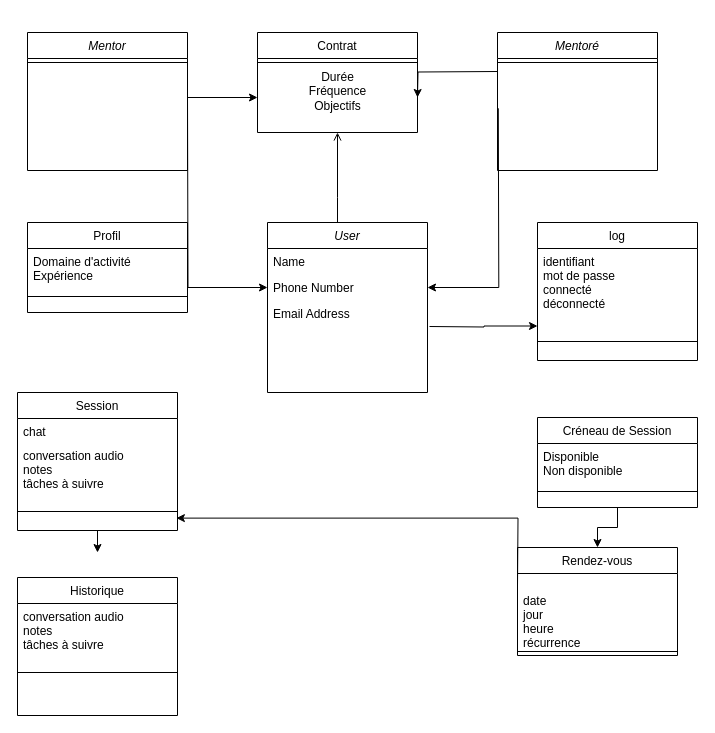
This is DIAGRAMS/Class Diagram Project 2.drawio from fabnight/Oc_projet2, a draw.io file, before an edit. Source tidied: cells renumbered, new cells numbered last; positions are measured from the earlier drawing's top-left corner, leaving out a move shared by most shapes. Both pictures are drawn from the tidied source at 100%, with x=0, y=0 at pixel (17, 32).
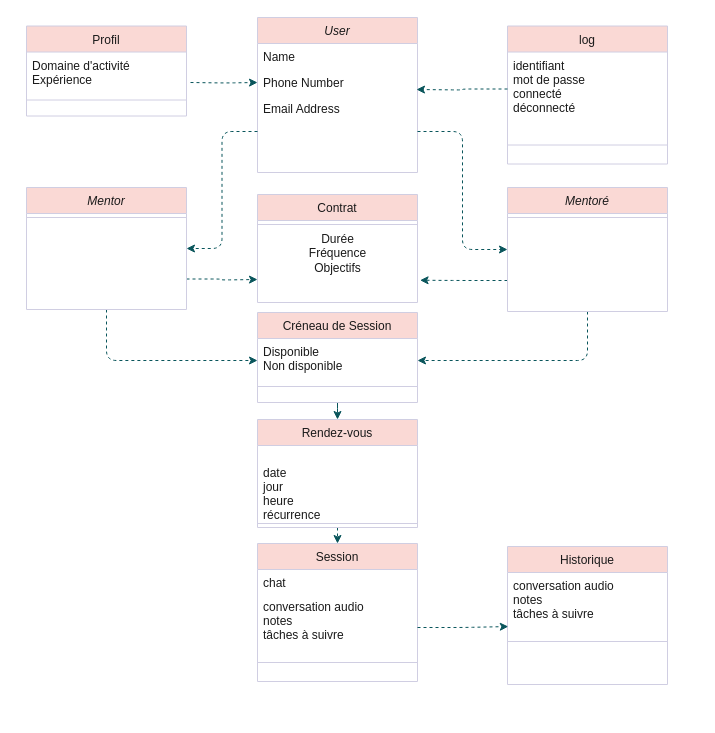
The same diagram, later.

The edit, as a diff of the source:
```diff
@@
-    <mxCell id="2" value="User" style="swimlane;fontStyle=2;align=center;verticalAlign=top;horizontal=1;startSize=26;rounded=0;shadow=0;strokeWidth=1;" parent="1" vertex="1">
-      <mxGeometry x="250" y="190" width="160" height="170" as="geometry" />
+    <mxCell id="2" value="User" style="swimlane;fontStyle=2;align=center;verticalAlign=top;horizontal=1;startSize=26;rounded=0;shadow=0;strokeWidth=1;fillColor=#FAD9D5;strokeColor=#D0CEE2;fontColor=#1A1A1A;" parent="1" vertex="1">
+      <mxGeometry x="240" y="-15" width="160" height="155" as="geometry" />
     </mxCell>
-    <mxCell id="3" value="Name" style="text;align=left;verticalAlign=top;spacingLeft=4;spacingRight=4;overflow=hidden;" parent="2" vertex="1">
+    <mxCell id="3" value="Name" style="text;align=left;verticalAlign=top;spacingLeft=4;spacingRight=4;overflow=hidden;fontColor=#1A1A1A;" parent="2" vertex="1">
       <mxGeometry y="26" width="160" height="26" as="geometry" />
     </mxCell>
-    <mxCell id="4" value="Phone Number" style="text;align=left;verticalAlign=top;spacingLeft=4;spacingRight=4;overflow=hidden;points=[[0,0.5],[1,0.5]];portConstraint=eastwest;rounded=0;shadow=0;html=0;" parent="2" vertex="1">
+    <mxCell id="4" value="Phone Number" style="text;align=left;verticalAlign=top;spacingLeft=4;spacingRight=4;overflow=hidden;points=[[0,0.5],[1,0.5]];portConstraint=eastwest;rounded=0;shadow=0;html=0;fontColor=#1A1A1A;" parent="2" vertex="1">
       <mxGeometry y="52" width="160" height="26" as="geometry" />
     </mxCell>
-    <mxCell id="5" value="Email Address&#10;" style="text;align=left;verticalAlign=top;spacingLeft=4;spacingRight=4;overflow=hidden;points=[[0,0.5],[1,0.5]];portConstraint=eastwest;rounded=0;shadow=0;html=0;" parent="2" vertex="1">
+    <mxCell id="5" value="Email Address&#10;" style="text;align=left;verticalAlign=top;spacingLeft=4;spacingRight=4;overflow=hidden;points=[[0,0.5],[1,0.5]];portConstraint=eastwest;rounded=0;shadow=0;html=0;fontColor=#1A1A1A;" parent="2" vertex="1">
       <mxGeometry y="78" width="160" height="72" as="geometry" />
     </mxCell>
-    <mxCell id="6" style="edgeStyle=orthogonalEdgeStyle;rounded=0;jettySize=auto;html=1;exitX=0.5;exitY=1;exitDx=0;exitDy=0;entryX=0.5;entryY=0;entryDx=0;entryDy=0;" parent="1" edge="1" source="7">
-      <mxGeometry relative="1" as="geometry">
-        <mxPoint x="80" y="520" as="targetPoint" />
-      </mxGeometry>
-    </mxCell>
-    <mxCell id="7" value="Session" style="swimlane;fontStyle=0;align=center;verticalAlign=top;horizontal=1;startSize=26;rounded=0;shadow=0;strokeWidth=1;" parent="1" vertex="1">
-      <mxGeometry y="360" width="160" height="138" as="geometry" />
+    <mxCell id="7" value="Session" style="swimlane;fontStyle=0;align=center;verticalAlign=top;horizontal=1;startSize=26;rounded=0;shadow=0;strokeWidth=1;fillColor=#FAD9D5;strokeColor=#D0CEE2;fontColor=#1A1A1A;" parent="1" vertex="1">
+      <mxGeometry x="240" y="511" width="160" height="138" as="geometry" />
     </mxCell>
-    <mxCell id="8" value="chat" style="text;align=left;verticalAlign=top;spacingLeft=4;spacingRight=4;overflow=hidden;" parent="7" vertex="1">
+    <mxCell id="8" value="chat" style="text;align=left;verticalAlign=top;spacingLeft=4;spacingRight=4;overflow=hidden;fontColor=#1A1A1A;" parent="7" vertex="1">
       <mxGeometry y="26" width="160" height="24" as="geometry" />
     </mxCell>
-    <mxCell id="9" value="conversation audio&#10;notes&#10;tâches à suivre" style="text;align=left;verticalAlign=top;spacingLeft=4;spacingRight=4;overflow=hidden;points=[[0,0.5],[1,0.5]];portConstraint=eastwest;rounded=0;shadow=0;html=0;" parent="7" vertex="1">
+    <mxCell id="9" value="conversation audio&#10;notes&#10;tâches à suivre" style="text;align=left;verticalAlign=top;spacingLeft=4;spacingRight=4;overflow=hidden;points=[[0,0.5],[1,0.5]];portConstraint=eastwest;rounded=0;shadow=0;html=0;fontColor=#1A1A1A;" parent="7" vertex="1">
       <mxGeometry y="50" width="160" height="68" as="geometry" />
     </mxCell>
-    <mxCell id="10" style="line;html=1;strokeWidth=1;align=left;verticalAlign=middle;spacingTop=-1;spacingLeft=3;spacingRight=3;labelPosition=right;" parent="7" vertex="1">
+    <mxCell id="10" style="line;html=1;strokeWidth=1;align=left;verticalAlign=middle;spacingTop=-1;spacingLeft=3;spacingRight=3;labelPosition=right;fillColor=#FAD9D5;strokeColor=#D0CEE2;fontColor=#1A1A1A;" parent="7" vertex="1">
       <mxGeometry y="118" width="160" height="2" as="geometry" />
     </mxCell>
+    <mxCell id="41" style="edgeStyle=orthogonalEdgeStyle;curved=0;rounded=1;sketch=0;orthogonalLoop=1;jettySize=auto;html=1;exitX=1;exitY=0.5;exitDx=0;exitDy=0;dashed=1;strokeColor=#09555B;fontColor=#1A1A1A;entryX=1;entryY=0.5;entryDx=0;entryDy=0;" parent="7" edge="1" source="9" target="9">
+      <mxGeometry relative="1" as="geometry" />
+    </mxCell>
-    <mxCell id="11" value="Profil" style="swimlane;fontStyle=0;align=center;verticalAlign=top;horizontal=1;startSize=26;rounded=0;shadow=0;strokeWidth=1;" parent="1" vertex="1">
-      <mxGeometry x="10" y="190" width="160" height="90" as="geometry" />
+    <mxCell id="11" value="Profil" style="swimlane;fontStyle=0;align=center;verticalAlign=top;horizontal=1;startSize=26;rounded=0;shadow=0;strokeWidth=1;fillColor=#FAD9D5;strokeColor=#D0CEE2;fontColor=#1A1A1A;" parent="1" vertex="1">
+      <mxGeometry x="9" y="-6.5" width="160" height="90" as="geometry" />
     </mxCell>
-    <mxCell id="12" value="Domaine d'activité&#10;Expérience" style="text;align=left;verticalAlign=top;spacingLeft=4;spacingRight=4;overflow=hidden;" parent="11" vertex="1">
+    <mxCell id="12" value="Domaine d'activité&#10;Expérience" style="text;align=left;verticalAlign=top;spacingLeft=4;spacingRight=4;overflow=hidden;fontColor=#1A1A1A;" parent="11" vertex="1">
       <mxGeometry y="26" width="160" height="34" as="geometry" />
     </mxCell>
-    <mxCell id="13" style="line;html=1;strokeWidth=1;align=left;verticalAlign=middle;spacingTop=-1;spacingLeft=3;spacingRight=3;labelPosition=right;" parent="11" vertex="1">
+    <mxCell id="13" style="line;html=1;strokeWidth=1;align=left;verticalAlign=middle;spacingTop=-1;spacingLeft=3;spacingRight=3;labelPosition=right;fillColor=#FAD9D5;strokeColor=#D0CEE2;fontColor=#1A1A1A;" parent="11" vertex="1">
       <mxGeometry y="60" width="160" height="28" as="geometry" />
     </mxCell>
-    <mxCell id="14" value="Contrat" style="swimlane;fontStyle=0;align=center;verticalAlign=top;horizontal=1;startSize=26;rounded=0;shadow=0;strokeWidth=1;" parent="1" vertex="1">
-      <mxGeometry x="240" width="160" height="100" as="geometry" />
+    <mxCell id="14" value="Contrat" style="swimlane;fontStyle=0;align=center;verticalAlign=top;horizontal=1;startSize=26;rounded=0;shadow=0;strokeWidth=1;fillColor=#FAD9D5;strokeColor=#D0CEE2;fontColor=#1A1A1A;" parent="1" vertex="1">
+      <mxGeometry x="240" y="162" width="160" height="108" as="geometry" />
     </mxCell>
-    <mxCell id="15" style="line;html=1;strokeWidth=1;align=left;verticalAlign=middle;spacingTop=-1;spacingLeft=3;spacingRight=3;labelPosition=right;" parent="14" vertex="1">
+    <mxCell id="15" style="line;html=1;strokeWidth=1;align=left;verticalAlign=middle;spacingTop=-1;spacingLeft=3;spacingRight=3;labelPosition=right;fillColor=#FAD9D5;strokeColor=#D0CEE2;fontColor=#1A1A1A;" parent="14" vertex="1">
       <mxGeometry y="26" width="160" height="8" as="geometry" />
     </mxCell>
-    <mxCell id="16" value="Durée&lt;br&gt;Fréquence&lt;br&gt;Objectifs" style="text;html=1;align=center;verticalAlign=middle;points=[];" parent="14" vertex="1">
+    <mxCell id="16" value="Durée&lt;br&gt;Fréquence&lt;br&gt;Objectifs" style="text;html=1;align=center;verticalAlign=middle;points=[];fontColor=#1A1A1A;" parent="14" vertex="1">
       <mxGeometry y="34" width="160" height="50" as="geometry" />
     </mxCell>
-    <mxCell id="17" style="endArrow=open;shadow=0;strokeWidth=1;rounded=0;endFill=1;edgeStyle=elbowEdgeStyle;elbow=vertical;" parent="1" edge="1" source="2" target="14">
-      <mxGeometry x="0.5" y="41" relative="1" as="geometry">
-        <Array as="points">
-          <mxPoint x="320" y="165" />
-        </Array>
-        <mxPoint x="-40" y="32" as="offset" />
-      </mxGeometry>
-    </mxCell>
-    <mxCell id="18" value="log" style="swimlane;fontStyle=0;align=center;verticalAlign=top;horizontal=1;startSize=26;rounded=0;shadow=0;strokeWidth=1;" parent="1" vertex="1">
-      <mxGeometry x="520" y="190" width="160" height="138" as="geometry" />
+    <mxCell id="18" value="log" style="swimlane;fontStyle=0;align=center;verticalAlign=top;horizontal=1;startSize=26;rounded=0;shadow=0;strokeWidth=1;fillColor=#FAD9D5;strokeColor=#D0CEE2;fontColor=#1A1A1A;" parent="1" vertex="1">
+      <mxGeometry x="490" y="-6.5" width="160" height="138" as="geometry" />
     </mxCell>
-    <mxCell id="19" value="identifiant&#10;mot de passe&#10;connecté&#10;déconnecté" style="text;align=left;verticalAlign=top;spacingLeft=4;spacingRight=4;overflow=hidden;points=[[0,0.5],[1,0.5]];portConstraint=eastwest;" parent="18" vertex="1">
+    <mxCell id="19" value="identifiant&#10;mot de passe&#10;connecté&#10;déconnecté" style="text;align=left;verticalAlign=top;spacingLeft=4;spacingRight=4;overflow=hidden;points=[[0,0.5],[1,0.5]];portConstraint=eastwest;fontColor=#1A1A1A;" parent="18" vertex="1">
       <mxGeometry y="26" width="160" height="74" as="geometry" />
     </mxCell>
-    <mxCell id="20" style="line;html=1;strokeWidth=1;align=left;verticalAlign=middle;spacingTop=-1;spacingLeft=3;spacingRight=3;labelPosition=right;" parent="18" vertex="1">
+    <mxCell id="20" style="line;html=1;strokeWidth=1;align=left;verticalAlign=middle;spacingTop=-1;spacingLeft=3;spacingRight=3;labelPosition=right;fillColor=#FAD9D5;strokeColor=#D0CEE2;fontColor=#1A1A1A;" parent="18" vertex="1">
       <mxGeometry y="100" width="160" height="38" as="geometry" />
     </mxCell>
-    <mxCell id="21" style="edgeStyle=orthogonalEdgeStyle;rounded=0;jettySize=auto;html=1;exitX=0.5;exitY=1;exitDx=0;exitDy=0;entryX=0.5;entryY=0;entryDx=0;entryDy=0;" parent="1" edge="1" source="22" target="25">
+    <mxCell id="21" style="edgeStyle=orthogonalEdgeStyle;curved=0;rounded=1;sketch=0;jettySize=auto;html=1;entryX=0.5;entryY=0;entryDx=0;entryDy=0;dashed=1;strokeColor=#09555B;fontColor=#1A1A1A;" parent="1" edge="1" source="22" target="25">
       <mxGeometry relative="1" as="geometry" />
     </mxCell>
-    <mxCell id="22" value="Créneau de Session" style="swimlane;fontStyle=0;align=center;verticalAlign=top;horizontal=1;startSize=26;rounded=0;shadow=0;strokeWidth=1;" parent="1" vertex="1">
-      <mxGeometry x="520" y="385" width="160" height="90" as="geometry" />
+    <mxCell id="22" value="Créneau de Session" style="swimlane;fontStyle=0;align=center;verticalAlign=top;horizontal=1;startSize=26;rounded=0;shadow=0;strokeWidth=1;fillColor=#FAD9D5;strokeColor=#D0CEE2;fontColor=#1A1A1A;" parent="1" vertex="1">
+      <mxGeometry x="240" y="280" width="160" height="90" as="geometry" />
     </mxCell>
-    <mxCell id="23" value="Disponible&#10;Non disponible" style="text;align=left;verticalAlign=top;spacingLeft=4;spacingRight=4;overflow=hidden;points=[[0,0.5],[1,0.5]];portConstraint=eastwest;" parent="22" vertex="1">
+    <mxCell id="23" value="Disponible&#10;Non disponible" style="text;align=left;verticalAlign=top;spacingLeft=4;spacingRight=4;overflow=hidden;points=[[0,0.5],[1,0.5]];portConstraint=eastwest;fontColor=#1A1A1A;" parent="22" vertex="1">
       <mxGeometry y="26" width="160" height="44" as="geometry" />
     </mxCell>
-    <mxCell id="24" style="line;html=1;strokeWidth=1;align=left;verticalAlign=middle;spacingTop=-1;spacingLeft=3;spacingRight=3;labelPosition=right;" parent="22" vertex="1">
+    <mxCell id="24" style="line;html=1;strokeWidth=1;align=left;verticalAlign=middle;spacingTop=-1;spacingLeft=3;spacingRight=3;labelPosition=right;fillColor=#FAD9D5;strokeColor=#D0CEE2;fontColor=#1A1A1A;" parent="22" vertex="1">
       <mxGeometry y="70" width="160" height="8" as="geometry" />
     </mxCell>
+    <mxCell id="42" style="edgeStyle=orthogonalEdgeStyle;curved=0;rounded=1;sketch=0;jettySize=auto;html=1;exitX=0.25;exitY=0;exitDx=0;exitDy=0;dashed=1;strokeColor=#09555B;fontColor=#1A1A1A;" parent="1" edge="1" source="25">
+      <mxGeometry relative="1" as="geometry">
+        <mxPoint x="288" y="414.1" as="targetPoint" />
+      </mxGeometry>
+    </mxCell>
+    <mxCell id="43" style="edgeStyle=orthogonalEdgeStyle;curved=0;rounded=1;sketch=0;jettySize=auto;html=1;exitX=0.5;exitY=1;exitDx=0;exitDy=0;entryX=0.5;entryY=0;entryDx=0;entryDy=0;dashed=1;strokeColor=#09555B;fontColor=#1A1A1A;" parent="1" edge="1" source="25" target="7">
+      <mxGeometry relative="1" as="geometry" />
+    </mxCell>
-    <mxCell id="25" value="Rendez-vous" style="swimlane;fontStyle=0;align=center;verticalAlign=top;horizontal=1;startSize=26;rounded=0;shadow=0;strokeWidth=1;" parent="1" vertex="1">
-      <mxGeometry x="500" y="515" width="160" height="108" as="geometry" />
+    <mxCell id="25" value="Rendez-vous" style="swimlane;fontStyle=0;align=center;verticalAlign=top;horizontal=1;startSize=26;rounded=0;shadow=0;strokeWidth=1;fillColor=#FAD9D5;strokeColor=#D0CEE2;fontColor=#1A1A1A;" parent="1" vertex="1">
+      <mxGeometry x="240" y="387" width="160" height="108" as="geometry" />
     </mxCell>
-    <mxCell id="26" value="&#10;date&#10;jour&#10;heure&#10;récurrence" style="text;align=left;verticalAlign=top;spacingLeft=4;spacingRight=4;overflow=hidden;" parent="25" vertex="1">
+    <mxCell id="26" value="&#10;date&#10;jour&#10;heure&#10;récurrence" style="text;align=left;verticalAlign=top;spacingLeft=4;spacingRight=4;overflow=hidden;fontColor=#1A1A1A;" parent="25" vertex="1">
       <mxGeometry y="26" width="160" height="74" as="geometry" />
     </mxCell>
-    <mxCell id="27" style="line;html=1;strokeWidth=1;align=left;verticalAlign=middle;spacingTop=-1;spacingLeft=3;spacingRight=3;labelPosition=right;" parent="25" vertex="1">
+    <mxCell id="27" style="line;html=1;strokeWidth=1;align=left;verticalAlign=middle;spacingTop=-1;spacingLeft=3;spacingRight=3;labelPosition=right;fillColor=#FAD9D5;strokeColor=#D0CEE2;fontColor=#1A1A1A;" parent="25" vertex="1">
       <mxGeometry y="100" width="160" height="8" as="geometry" />
     </mxCell>
+    <mxCell id="44" style="edgeStyle=orthogonalEdgeStyle;curved=0;rounded=1;sketch=0;jettySize=auto;html=1;exitX=0.5;exitY=1;exitDx=0;exitDy=0;entryX=0;entryY=0.5;entryDx=0;entryDy=0;dashed=1;strokeColor=#09555B;fontColor=#1A1A1A;" parent="1" edge="1" source="28" target="23">
+      <mxGeometry relative="1" as="geometry" />
+    </mxCell>
+    <mxCell id="45" style="edgeStyle=orthogonalEdgeStyle;curved=0;rounded=1;sketch=0;jettySize=auto;html=1;exitX=1;exitY=0.75;exitDx=0;exitDy=0;dashed=1;strokeColor=#09555B;fontColor=#1A1A1A;" parent="1" edge="1" source="28">
+      <mxGeometry relative="1" as="geometry">
+        <mxPoint x="240" y="247" as="targetPoint" />
+      </mxGeometry>
+    </mxCell>
-    <mxCell id="28" value="Mentor" style="swimlane;fontStyle=2;align=center;verticalAlign=top;horizontal=1;startSize=26;rounded=0;shadow=0;strokeWidth=1;" parent="1" vertex="1">
-      <mxGeometry x="10" width="160" height="138" as="geometry" />
+    <mxCell id="28" value="Mentor" style="swimlane;fontStyle=2;align=center;verticalAlign=top;horizontal=1;startSize=26;rounded=0;shadow=0;strokeWidth=1;fillColor=#FAD9D5;strokeColor=#D0CEE2;fontColor=#1A1A1A;" parent="1" vertex="1">
+      <mxGeometry x="9" y="155" width="160" height="122" as="geometry" />
     </mxCell>
-    <mxCell id="29" style="line;html=1;strokeWidth=1;align=left;verticalAlign=middle;spacingTop=-1;spacingLeft=3;spacingRight=3;labelPosition=right;" parent="28" vertex="1">
+    <mxCell id="29" style="line;html=1;strokeWidth=1;align=left;verticalAlign=middle;spacingTop=-1;spacingLeft=3;spacingRight=3;labelPosition=right;fillColor=#FAD9D5;strokeColor=#D0CEE2;fontColor=#1A1A1A;" parent="28" vertex="1">
       <mxGeometry y="26" width="160" height="8" as="geometry" />
     </mxCell>
+    <mxCell id="46" style="edgeStyle=orthogonalEdgeStyle;curved=0;rounded=1;sketch=0;jettySize=auto;html=1;exitX=0.5;exitY=1;exitDx=0;exitDy=0;entryX=1;entryY=0.5;entryDx=0;entryDy=0;dashed=1;strokeColor=#09555B;fontColor=#1A1A1A;" parent="1" edge="1" source="30" target="23">
+      <mxGeometry relative="1" as="geometry" />
+    </mxCell>
+    <mxCell id="47" style="edgeStyle=orthogonalEdgeStyle;curved=0;rounded=1;sketch=0;jettySize=auto;html=1;exitX=0;exitY=0.75;exitDx=0;exitDy=0;entryX=1.016;entryY=1.035;entryDx=0;entryDy=0;entryPerimeter=0;dashed=1;strokeColor=#09555B;fontColor=#1A1A1A;" parent="1" edge="1" source="30" target="16">
+      <mxGeometry relative="1" as="geometry" />
+    </mxCell>
-    <mxCell id="30" value="Mentoré" style="swimlane;fontStyle=2;align=center;verticalAlign=top;horizontal=1;startSize=26;rounded=0;shadow=0;strokeWidth=1;" parent="1" vertex="1">
-      <mxGeometry x="480" width="160" height="138" as="geometry" />
+    <mxCell id="30" value="Mentoré" style="swimlane;fontStyle=2;align=center;verticalAlign=top;horizontal=1;startSize=26;rounded=0;shadow=0;strokeWidth=1;fillColor=#FAD9D5;strokeColor=#D0CEE2;fontColor=#1A1A1A;" parent="1" vertex="1">
+      <mxGeometry x="490" y="155" width="160" height="124" as="geometry" />
     </mxCell>
-    <mxCell id="31" style="line;html=1;strokeWidth=1;align=left;verticalAlign=middle;spacingTop=-1;spacingLeft=3;spacingRight=3;labelPosition=right;" parent="30" vertex="1">
+    <mxCell id="31" style="line;html=1;strokeWidth=1;align=left;verticalAlign=middle;spacingTop=-1;spacingLeft=3;spacingRight=3;labelPosition=right;fillColor=#FAD9D5;strokeColor=#D0CEE2;fontColor=#1A1A1A;" parent="30" vertex="1">
       <mxGeometry y="26" width="160" height="8" as="geometry" />
     </mxCell>
-    <mxCell id="32" style="edgeStyle=orthogonalEdgeStyle;rounded=0;orthogonalLoop=1;jettySize=auto;html=1;exitX=1;exitY=0.5;exitDx=0;exitDy=0;" parent="1" edge="1">
-      <mxGeometry relative="1" as="geometry">
-        <mxPoint x="170" y="65" as="sourcePoint" />
-        <mxPoint x="240" y="65" as="targetPoint" />
-      </mxGeometry>
-    </mxCell>
-    <mxCell id="33" style="edgeStyle=orthogonalEdgeStyle;rounded=0;orthogonalLoop=1;jettySize=auto;html=1;exitX=0;exitY=0.5;exitDx=0;exitDy=0;" parent="1" edge="1">
-      <mxGeometry relative="1" as="geometry">
-        <mxPoint x="480" y="39" as="sourcePoint" />
-        <mxPoint x="400" y="65" as="targetPoint" />
-      </mxGeometry>
-    </mxCell>
-    <mxCell id="34" style="edgeStyle=orthogonalEdgeStyle;rounded=0;jettySize=auto;html=1;exitX=1;exitY=0.5;exitDx=0;exitDy=0;entryX=0;entryY=0.5;entryDx=0;entryDy=0;" parent="1" edge="1" target="4">
-      <mxGeometry relative="1" as="geometry">
-        <mxPoint x="170" y="65" as="sourcePoint" />
-      </mxGeometry>
-    </mxCell>
-    <mxCell id="35" style="edgeStyle=orthogonalEdgeStyle;rounded=0;jettySize=auto;html=1;exitX=0.005;exitY=0.916;exitDx=0;exitDy=0;exitPerimeter=0;" parent="1" edge="1" target="4">
-      <mxGeometry relative="1" as="geometry">
-        <mxPoint x="480.8" y="75.8" as="sourcePoint" />
-      </mxGeometry>
-    </mxCell>
-    <mxCell id="36" style="edgeStyle=orthogonalEdgeStyle;rounded=0;jettySize=auto;html=1;exitX=0;exitY=0.5;exitDx=0;exitDy=0;entryX=0.993;entryY=1.112;entryDx=0;entryDy=0;entryPerimeter=0;" parent="1" edge="1" target="9">
-      <mxGeometry relative="1" as="geometry">
-        <mxPoint x="500" y="553" as="sourcePoint" />
-      </mxGeometry>
-    </mxCell>
-    <mxCell id="37" value="Historique" style="swimlane;fontStyle=0;align=center;verticalAlign=top;horizontal=1;startSize=26;rounded=0;shadow=0;strokeWidth=1;" parent="1" vertex="1">
-      <mxGeometry y="545" width="160" height="138" as="geometry" />
+    <mxCell id="37" value="Historique" style="swimlane;fontStyle=0;align=center;verticalAlign=top;horizontal=1;startSize=26;rounded=0;shadow=0;strokeWidth=1;fillColor=#FAD9D5;strokeColor=#D0CEE2;fontColor=#1A1A1A;" parent="1" vertex="1">
+      <mxGeometry x="490" y="514" width="160" height="138" as="geometry" />
     </mxCell>
-    <mxCell id="38" value="conversation audio&#10;notes&#10;tâches à suivre" style="text;align=left;verticalAlign=top;spacingLeft=4;spacingRight=4;overflow=hidden;points=[[0,0.5],[1,0.5]];portConstraint=eastwest;rounded=0;shadow=0;html=0;" parent="37" vertex="1">
+    <mxCell id="38" value="conversation audio&#10;notes&#10;tâches à suivre" style="text;align=left;verticalAlign=top;spacingLeft=4;spacingRight=4;overflow=hidden;points=[[0,0.5],[1,0.5]];portConstraint=eastwest;rounded=0;shadow=0;html=0;fontColor=#1A1A1A;" parent="37" vertex="1">
       <mxGeometry y="26" width="160" height="68" as="geometry" />
     </mxCell>
-    <mxCell id="39" style="line;html=1;strokeWidth=1;align=left;verticalAlign=middle;spacingTop=-1;spacingLeft=3;spacingRight=3;labelPosition=right;" parent="37" vertex="1">
+    <mxCell id="39" style="line;html=1;strokeWidth=1;align=left;verticalAlign=middle;spacingTop=-1;spacingLeft=3;spacingRight=3;labelPosition=right;fillColor=#FAD9D5;strokeColor=#D0CEE2;fontColor=#1A1A1A;" parent="37" vertex="1">
       <mxGeometry y="94" width="160" height="2" as="geometry" />
     </mxCell>
-    <mxCell id="40" style="edgeStyle=orthogonalEdgeStyle;rounded=0;jettySize=auto;html=1;entryX=0;entryY=0.75;entryDx=0;entryDy=0;" parent="1" edge="1" target="18">
-      <mxGeometry relative="1" as="geometry">
-        <mxPoint x="412" y="294" as="sourcePoint" />
-      </mxGeometry>
-    </mxCell>
+    <mxCell id="48" style="edgeStyle=orthogonalEdgeStyle;curved=0;rounded=1;sketch=0;jettySize=auto;html=1;exitX=0;exitY=0.5;exitDx=0;exitDy=0;entryX=1;entryY=0.5;entryDx=0;entryDy=0;dashed=1;strokeColor=#09555B;fontColor=#1A1A1A;" parent="1" edge="1" source="5" target="28">
+      <mxGeometry relative="1" as="geometry" />
+    </mxCell>
+    <mxCell id="49" style="edgeStyle=orthogonalEdgeStyle;curved=0;rounded=1;sketch=0;jettySize=auto;html=1;exitX=1;exitY=0.5;exitDx=0;exitDy=0;entryX=0;entryY=0.5;entryDx=0;entryDy=0;dashed=1;strokeColor=#09555B;fontColor=#1A1A1A;" parent="1" edge="1" source="5" target="30">
+      <mxGeometry relative="1" as="geometry" />
+    </mxCell>
+    <mxCell id="50" style="edgeStyle=orthogonalEdgeStyle;curved=0;rounded=1;sketch=0;jettySize=auto;html=1;dashed=1;strokeColor=#09555B;fontColor=#1A1A1A;entryX=0;entryY=0.5;entryDx=0;entryDy=0;" parent="1" edge="1" target="4">
+      <mxGeometry relative="1" as="geometry">
+        <mxPoint x="173" y="50" as="sourcePoint" />
+      </mxGeometry>
+    </mxCell>
+    <mxCell id="51" style="edgeStyle=orthogonalEdgeStyle;curved=0;rounded=1;sketch=0;jettySize=auto;html=1;exitX=0;exitY=0.5;exitDx=0;exitDy=0;dashed=1;strokeColor=#09555B;fontColor=#1A1A1A;" parent="1" edge="1" source="19">
+      <mxGeometry relative="1" as="geometry">
+        <mxPoint x="399" y="57" as="targetPoint" />
+      </mxGeometry>
+    </mxCell>
+    <mxCell id="52" style="edgeStyle=orthogonalEdgeStyle;curved=0;rounded=1;sketch=0;jettySize=auto;html=1;exitX=1;exitY=0.5;exitDx=0;exitDy=0;entryX=0.005;entryY=0.795;entryDx=0;entryDy=0;entryPerimeter=0;dashed=1;strokeColor=#09555B;fontColor=#1A1A1A;" parent="1" edge="1" source="9" target="38">
+      <mxGeometry relative="1" as="geometry" />
+    </mxCell>
```
